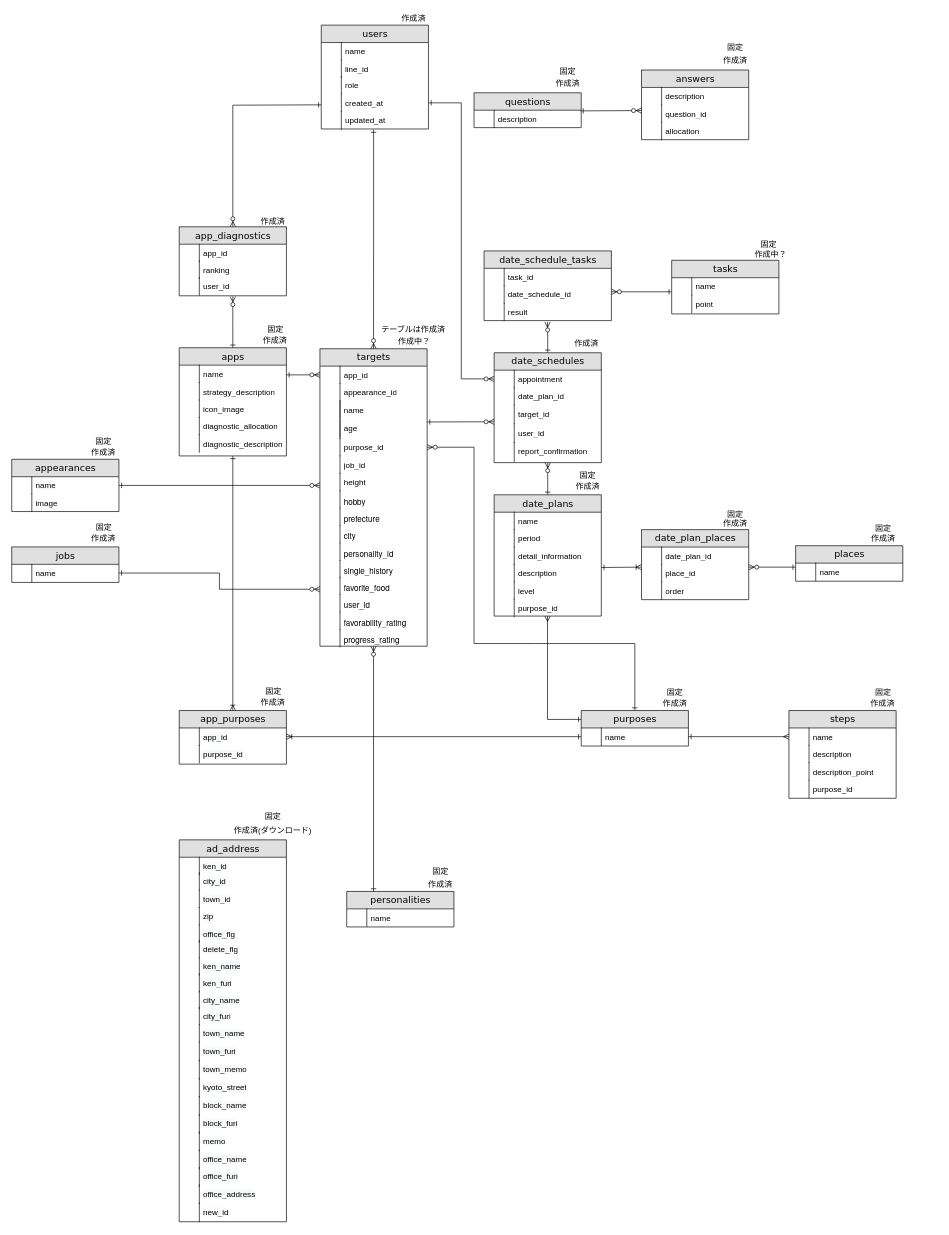
The draw.io diagram Untitled Diagram.drawio in kstar0102/ryuki0102, before the edit. Source tidied: cells renumbered, new cells numbered last; positions are measured from the earlier drawing's top-left corner, leaving out a move shared by most shapes. Both pictures are drawn from the tidied source at 67%, with x=0, y=0 at pixel (11, 11).
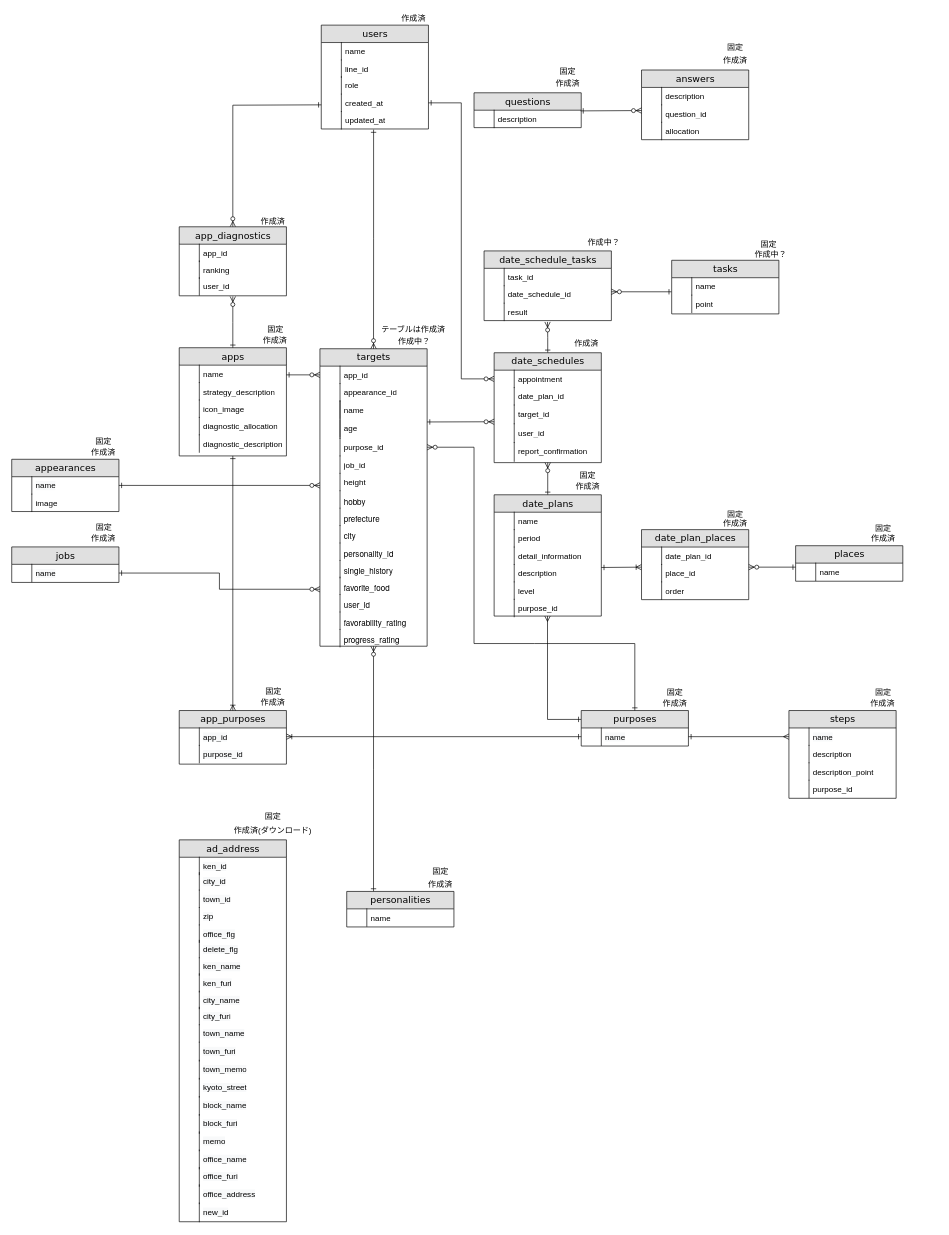
The same page after the edit.

What changed in the source:
```diff
@@
+    <mxCell id="246" value="作成中？" style="text;html=1;strokeColor=none;fillColor=none;align=center;verticalAlign=middle;whiteSpace=wrap;rounded=0;" parent="1" vertex="1">
+      <mxGeometry x="840" y="334" width="88" height="20" as="geometry" />
+    </mxCell>
```
